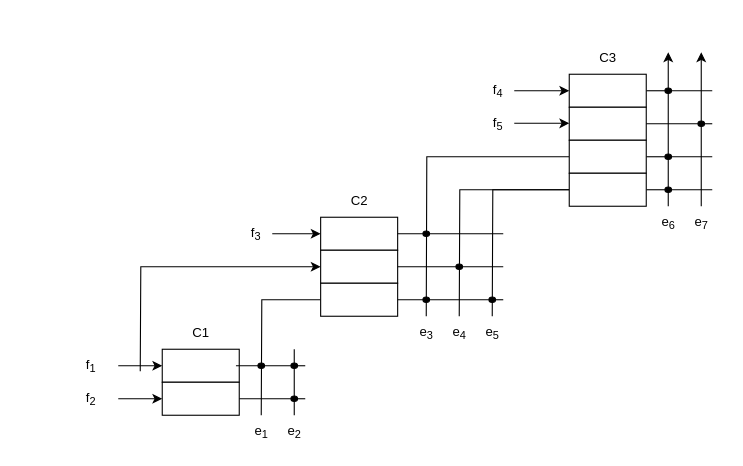
Before: page "fmea" (4 of 4) of Diagrams/fta_entire_plane.drawio in bwolleswinkel/drawio, a draw.io diagram. Source tidied: cells renumbered, new cells numbered last; positions are measured from the earlier drawing's top-left corner, leaving out a move shared by most shapes. Both pictures are drawn from the tidied source at 110%, with x=0, y=0 at pixel (74, 41).
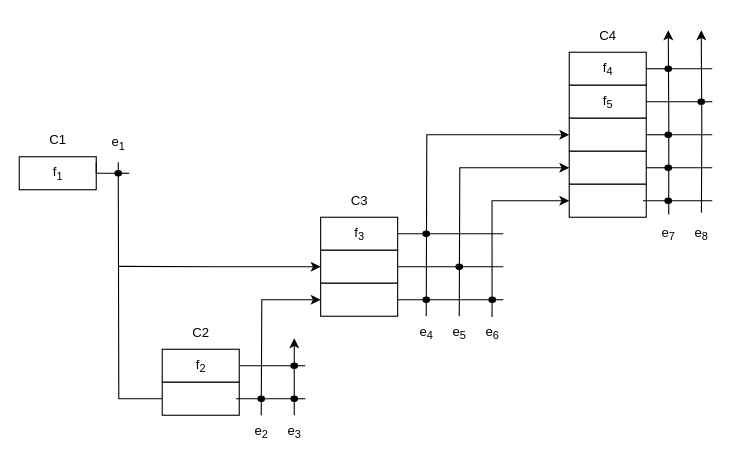
The same diagram, later.

Unchanged cells that the change refers to:
```xml
<mxCell id="4" style="rounded=0;whiteSpace=wrap;html=1;" parent="1" vertex="1">
  <mxGeometry x="80" y="280" width="70" height="30" as="geometry" />
</mxCell>
<mxCell id="8" style="rounded=0;whiteSpace=wrap;html=1;" parent="1" vertex="1">
  <mxGeometry x="80" y="310" width="70" height="30" as="geometry" />
</mxCell>
<mxCell id="14" style="rounded=0;whiteSpace=wrap;html=1;" parent="1" vertex="1">
  <mxGeometry x="224" y="160" width="70" height="30" as="geometry" />
</mxCell>
<mxCell id="17" style="rounded=0;whiteSpace=wrap;html=1;" parent="1" vertex="1">
  <mxGeometry x="224" y="190" width="70" height="30" as="geometry" />
</mxCell>
<mxCell id="22" style="rounded=0;whiteSpace=wrap;html=1;" parent="1" vertex="1">
  <mxGeometry x="224" y="220" width="70" height="30" as="geometry" />
</mxCell>
<mxCell id="28" style="ellipse;whiteSpace=wrap;html=1;fillColor=#000000;" parent="1" vertex="1">
  <mxGeometry x="197" y="292.5" width="6" height="5" as="geometry" />
</mxCell>
<mxCell id="30" style="ellipse;whiteSpace=wrap;html=1;fillColor=#000000;" parent="1" vertex="1">
  <mxGeometry x="197" y="322.5" width="6" height="5" as="geometry" />
</mxCell>
```

Change to the diagram source:
```diff
@@
-    <mxCell id="2" style="edgeStyle=orthogonalEdgeStyle;rounded=0;jettySize=auto;html=1;exitX=0;exitY=0.5;exitDx=0;exitDy=0;startArrow=classic;startFill=1;endArrow=none;endFill=0;" parent="1" edge="1" source="4">
-      <mxGeometry relative="1" as="geometry">
-        <mxPoint x="40" y="295" as="targetPoint" />
-      </mxGeometry>
-    </mxCell>
@@
-    <mxCell id="5" value="C1" style="text;html=1;align=center;verticalAlign=middle;strokeColor=none;fillColor=none;" parent="1" vertex="1">
+    <mxCell id="5" value="C2" style="text;html=1;align=center;verticalAlign=middle;strokeColor=none;fillColor=none;" parent="1" vertex="1">
       <mxGeometry x="95" y="250" width="40" height="30" as="geometry" />
     </mxCell>
-    <mxCell id="6" style="edgeStyle=orthogonalEdgeStyle;rounded=0;jettySize=auto;html=1;exitX=0;exitY=0.5;exitDx=0;exitDy=0;startArrow=classic;startFill=1;endArrow=none;endFill=0;" parent="1" edge="1" source="8">
-      <mxGeometry relative="1" as="geometry">
-        <mxPoint x="40" y="325" as="targetPoint" />
-      </mxGeometry>
-    </mxCell>
@@
+    <mxCell id="70" style="edgeStyle=orthogonalEdgeStyle;rounded=0;jettySize=auto;html=1;exitX=0;exitY=0.5;exitDx=0;exitDy=0;endArrow=none;endFill=0;" parent="1" edge="1" source="8">
+      <mxGeometry relative="1" as="geometry">
+        <mxPoint x="40" y="110" as="targetPoint" />
+      </mxGeometry>
+    </mxCell>
@@
-    <mxCell id="9" value="f&lt;sub&gt;1&lt;/sub&gt;" style="text;html=1;align=center;verticalAlign=middle;strokeColor=none;fillColor=none;" parent="1" vertex="1">
-      <mxGeometry y="280" width="30" height="30" as="geometry" />
-    </mxCell>
     <mxCell id="10" value="f&lt;sub&gt;2&lt;/sub&gt;" style="text;html=1;align=center;verticalAlign=middle;strokeColor=none;fillColor=none;" parent="1" vertex="1">
-      <mxGeometry y="310" width="30" height="30" as="geometry" />
+      <mxGeometry x="100" y="280" width="30" height="30" as="geometry" />
     </mxCell>
-    <mxCell id="11" style="edgeStyle=orthogonalEdgeStyle;rounded=0;jettySize=auto;html=1;exitX=0;exitY=0.5;exitDx=0;exitDy=0;startArrow=classic;startFill=1;endArrow=none;endFill=0;" parent="1" edge="1" source="17">
-      <mxGeometry relative="1" as="geometry">
-        <mxPoint x="60" y="300" as="targetPoint" />
-      </mxGeometry>
-    </mxCell>
-    <mxCell id="12" style="edgeStyle=orthogonalEdgeStyle;rounded=0;jettySize=auto;html=1;exitX=0;exitY=0.5;exitDx=0;exitDy=0;startArrow=classic;startFill=1;endArrow=none;endFill=0;" parent="1" edge="1" source="14">
-      <mxGeometry relative="1" as="geometry">
-        <mxPoint x="180" y="175" as="targetPoint" />
-      </mxGeometry>
-    </mxCell>
@@
-    <mxCell id="15" value="C2" style="text;html=1;align=center;verticalAlign=middle;strokeColor=none;fillColor=none;" parent="1" vertex="1">
+    <mxCell id="15" value="C3" style="text;html=1;align=center;verticalAlign=middle;strokeColor=none;fillColor=none;" parent="1" vertex="1">
       <mxGeometry x="239" y="130" width="40" height="30" as="geometry" />
     </mxCell>
@@
+    <mxCell id="71" style="edgeStyle=orthogonalEdgeStyle;rounded=0;jettySize=auto;html=1;exitX=0;exitY=0.5;exitDx=0;exitDy=0;endArrow=none;endFill=0;startArrow=classic;startFill=1;" parent="1" edge="1" source="17">
+      <mxGeometry relative="1" as="geometry">
+        <mxPoint x="40" y="204.7" as="targetPoint" />
+      </mxGeometry>
+    </mxCell>
@@
     <mxCell id="18" value="f&lt;sub&gt;3&lt;/sub&gt;" style="text;html=1;align=center;verticalAlign=middle;strokeColor=none;fillColor=none;" parent="1" vertex="1">
-      <mxGeometry x="150" y="160" width="30" height="30" as="geometry" />
+      <mxGeometry x="244" y="160" width="30" height="30" as="geometry" />
     </mxCell>
-    <mxCell id="19" style="edgeStyle=orthogonalEdgeStyle;rounded=0;jettySize=auto;html=1;exitX=0;exitY=0.5;exitDx=0;exitDy=0;startArrow=none;startFill=0;endArrow=none;endFill=0;" parent="1" edge="1" source="22">
+    <mxCell id="19" style="edgeStyle=orthogonalEdgeStyle;rounded=0;jettySize=auto;html=1;exitX=0;exitY=0.5;exitDx=0;exitDy=0;startArrow=classic;startFill=1;endArrow=none;endFill=0;" parent="1" edge="1" source="22">
       <mxGeometry relative="1" as="geometry">
         <mxPoint x="170" y="340" as="targetPoint" />
       </mxGeometry>
     </mxCell>
-    <mxCell id="20" style="edgeStyle=orthogonalEdgeStyle;rounded=0;orthogonalLoop=1;jettySize=auto;html=1;startArrow=none;startFill=0;endArrow=none;endFill=0;" parent="1" edge="1">
+    <mxCell id="20" style="edgeStyle=orthogonalEdgeStyle;rounded=0;orthogonalLoop=1;jettySize=auto;html=1;startArrow=classic;startFill=1;endArrow=none;endFill=0;" parent="1" edge="1">
       <mxGeometry relative="1" as="geometry">
-        <mxPoint x="200" y="280" as="sourcePoint" />
+        <mxPoint x="200" y="270" as="sourcePoint" />
         <mxPoint x="200" y="340" as="targetPoint" />
       </mxGeometry>
     </mxCell>
@@
-    <mxCell id="23" value="e&lt;sub&gt;1&lt;/sub&gt;" style="text;html=1;align=center;verticalAlign=middle;strokeColor=none;fillColor=none;" parent="1" vertex="1">
+    <mxCell id="23" value="e&lt;sub&gt;2&lt;/sub&gt;" style="text;html=1;align=center;verticalAlign=middle;strokeColor=none;fillColor=none;" parent="1" vertex="1">
       <mxGeometry x="150" y="340" width="40" height="30" as="geometry" />
     </mxCell>
-    <mxCell id="24" value="e&lt;sub&gt;2&lt;/sub&gt;" style="text;html=1;align=center;verticalAlign=middle;strokeColor=none;fillColor=none;" parent="1" vertex="1">
+    <mxCell id="24" value="e&lt;sub&gt;3&lt;/sub&gt;" style="text;html=1;align=center;verticalAlign=middle;strokeColor=none;fillColor=none;" parent="1" vertex="1">
       <mxGeometry x="180" y="340" width="40" height="30" as="geometry" />
     </mxCell>
-    <mxCell id="25" style="edgeStyle=orthogonalEdgeStyle;rounded=0;jettySize=auto;html=1;exitX=1;exitY=0.5;exitDx=0;exitDy=0;endArrow=none;endFill=0;" parent="1" edge="1" source="4" target="26">
+    <mxCell id="25" style="edgeStyle=orthogonalEdgeStyle;rounded=0;jettySize=auto;html=1;exitX=1;exitY=0.5;exitDx=0;exitDy=0;endArrow=none;endFill=0;entryX=0;entryY=0.5;entryDx=0;entryDy=0;" parent="1" edge="1" source="4" target="28">
       <mxGeometry relative="1" as="geometry" />
     </mxCell>
-    <mxCell id="26" style="ellipse;whiteSpace=wrap;html=1;fillColor=#000000;" parent="1" vertex="1">
-      <mxGeometry x="167" y="292.5" width="6" height="5" as="geometry" />
-    </mxCell>
-    <mxCell id="27" style="edgeStyle=orthogonalEdgeStyle;rounded=0;jettySize=auto;html=1;exitX=1;exitY=0.5;exitDx=0;exitDy=0;endArrow=none;endFill=0;" parent="1" edge="1" source="26" target="28">
-      <mxGeometry relative="1" as="geometry" />
-    </mxCell>
@@
-    <mxCell id="29" style="edgeStyle=orthogonalEdgeStyle;rounded=0;jettySize=auto;html=1;exitX=1;exitY=0.5;exitDx=0;exitDy=0;endArrow=none;endFill=0;" parent="1" edge="1" source="8" target="30">
+    <mxCell id="29" style="edgeStyle=orthogonalEdgeStyle;rounded=0;jettySize=auto;html=1;exitX=1;exitY=0.5;exitDx=0;exitDy=0;endArrow=none;endFill=0;" parent="1" edge="1" source="79" target="30">
       <mxGeometry relative="1" as="geometry" />
     </mxCell>
@@
-    <mxCell id="31" style="edgeStyle=orthogonalEdgeStyle;rounded=0;jettySize=auto;html=1;exitX=0;exitY=0.5;exitDx=0;exitDy=0;endArrow=none;endFill=0;startArrow=classic;startFill=1;" parent="1" edge="1" source="34">
-      <mxGeometry relative="1" as="geometry">
-        <mxPoint x="400" y="45" as="targetPoint" />
-      </mxGeometry>
-    </mxCell>
     <mxCell id="32" style="edgeStyle=orthogonalEdgeStyle;rounded=0;jettySize=auto;html=1;exitX=1;exitY=0.5;exitDx=0;exitDy=0;endArrow=none;endFill=0;" parent="1" edge="1" source="65">
       <mxGeometry relative="1" as="geometry">
-        <mxPoint x="580" y="45" as="targetPoint" />
+        <mxPoint x="580" y="25" as="targetPoint" />
       </mxGeometry>
     </mxCell>
@@
     <mxCell id="34" style="rounded=0;whiteSpace=wrap;html=1;" parent="1" vertex="1">
-      <mxGeometry x="450" y="30" width="70" height="30" as="geometry" />
+      <mxGeometry x="450" y="10" width="70" height="30" as="geometry" />
     </mxCell>
-    <mxCell id="35" value="C3" style="text;html=1;align=center;verticalAlign=middle;strokeColor=none;fillColor=none;" parent="1" vertex="1">
-      <mxGeometry x="465" width="40" height="30" as="geometry" />
+    <mxCell id="35" value="C4" style="text;html=1;align=center;verticalAlign=middle;strokeColor=none;fillColor=none;" parent="1" vertex="1">
+      <mxGeometry x="465" y="-20" width="40" height="30" as="geometry" />
     </mxCell>
     <mxCell id="36" style="edgeStyle=orthogonalEdgeStyle;rounded=0;jettySize=auto;html=1;exitX=1;exitY=0.5;exitDx=0;exitDy=0;endArrow=none;endFill=0;" parent="1" edge="1" source="69">
       <mxGeometry relative="1" as="geometry">
-        <mxPoint x="580" y="75" as="targetPoint" />
+        <mxPoint x="580" y="55" as="targetPoint" />
       </mxGeometry>
     </mxCell>
     <mxCell id="37" style="rounded=0;whiteSpace=wrap;html=1;" parent="1" vertex="1">
-      <mxGeometry x="450" y="60" width="70" height="30" as="geometry" />
+      <mxGeometry x="450" y="40" width="70" height="30" as="geometry" />
     </mxCell>
-    <mxCell id="38" style="edgeStyle=orthogonalEdgeStyle;rounded=0;jettySize=auto;html=1;exitX=0;exitY=0.5;exitDx=0;exitDy=0;startArrow=none;startFill=0;endArrow=none;endFill=0;" parent="1" edge="1" source="41">
+    <mxCell id="38" style="edgeStyle=orthogonalEdgeStyle;rounded=0;jettySize=auto;html=1;exitX=0;exitY=0.5;exitDx=0;exitDy=0;startArrow=classic;startFill=1;endArrow=none;endFill=0;" parent="1" edge="1" source="41">
       <mxGeometry relative="1" as="geometry">
         <mxPoint x="320" y="250" as="targetPoint" />
       </mxGeometry>
     </mxCell>
     <mxCell id="39" style="edgeStyle=orthogonalEdgeStyle;rounded=0;jettySize=auto;html=1;exitX=1;exitY=0.5;exitDx=0;exitDy=0;endArrow=none;endFill=0;" parent="1" edge="1" source="66">
       <mxGeometry relative="1" as="geometry">
-        <mxPoint x="580" y="105" as="targetPoint" />
+        <mxPoint x="580" y="85" as="targetPoint" />
       </mxGeometry>
     </mxCell>
@@
     <mxCell id="41" style="rounded=0;whiteSpace=wrap;html=1;" parent="1" vertex="1">
-      <mxGeometry x="450" y="90" width="70" height="30" as="geometry" />
+      <mxGeometry x="450" y="70" width="70" height="30" as="geometry" />
     </mxCell>
     <mxCell id="42" value="f&lt;sub&gt;4&lt;/sub&gt;" style="text;html=1;align=center;verticalAlign=middle;strokeColor=none;fillColor=none;" parent="1" vertex="1">
-      <mxGeometry x="370" y="30" width="30" height="30" as="geometry" />
+      <mxGeometry x="470" y="10" width="30" height="30" as="geometry" />
     </mxCell>
-    <mxCell id="43" style="edgeStyle=orthogonalEdgeStyle;rounded=0;jettySize=auto;html=1;exitX=0;exitY=0.5;exitDx=0;exitDy=0;endArrow=none;endFill=0;" parent="1" edge="1" source="47">
+    <mxCell id="43" style="edgeStyle=orthogonalEdgeStyle;rounded=0;jettySize=auto;html=1;exitX=0;exitY=0.5;exitDx=0;exitDy=0;endArrow=none;endFill=0;startArrow=classic;startFill=1;" parent="1" edge="1" source="47">
       <mxGeometry relative="1" as="geometry">
         <mxPoint x="350" y="250" as="targetPoint" />
       </mxGeometry>
     </mxCell>
-    <mxCell id="44" style="edgeStyle=orthogonalEdgeStyle;rounded=0;jettySize=auto;html=1;exitX=0;exitY=0.5;exitDx=0;exitDy=0;endArrow=none;endFill=0;" parent="1" edge="1" source="47">
-      <mxGeometry relative="1" as="geometry">
-        <mxPoint x="380" y="250" as="targetPoint" />
-      </mxGeometry>
-    </mxCell>
     <mxCell id="45" style="edgeStyle=orthogonalEdgeStyle;rounded=0;jettySize=auto;html=1;exitX=1;exitY=0.5;exitDx=0;exitDy=0;endArrow=none;endFill=0;" parent="1" edge="1" source="67">
       <mxGeometry relative="1" as="geometry">
-        <mxPoint x="580" y="135" as="targetPoint" />
+        <mxPoint x="580" y="115" as="targetPoint" />
       </mxGeometry>
     </mxCell>
@@
     <mxCell id="47" style="rounded=0;whiteSpace=wrap;html=1;" parent="1" vertex="1">
-      <mxGeometry x="450" y="120" width="70" height="30" as="geometry" />
+      <mxGeometry x="450" y="100" width="70" height="30" as="geometry" />
     </mxCell>
-    <mxCell id="48" style="edgeStyle=orthogonalEdgeStyle;rounded=0;orthogonalLoop=1;jettySize=auto;html=1;exitX=0;exitY=0.5;exitDx=0;exitDy=0;endArrow=none;endFill=0;startArrow=classic;startFill=1;" parent="1" edge="1">
-      <mxGeometry relative="1" as="geometry">
-        <mxPoint x="450" y="74.6" as="sourcePoint" />
-        <mxPoint x="400" y="74.6" as="targetPoint" />
-      </mxGeometry>
-    </mxCell>
     <mxCell id="49" value="f&lt;sub&gt;5&lt;/sub&gt;" style="text;html=1;align=center;verticalAlign=middle;strokeColor=none;fillColor=none;" parent="1" vertex="1">
-      <mxGeometry x="370" y="60" width="30" height="30" as="geometry" />
+      <mxGeometry x="470" y="40" width="30" height="30" as="geometry" />
     </mxCell>
-    <mxCell id="50" value="e&lt;sub&gt;3&lt;/sub&gt;" style="text;html=1;align=center;verticalAlign=middle;strokeColor=none;fillColor=none;" parent="1" vertex="1">
+    <mxCell id="50" value="e&lt;sub&gt;4&lt;/sub&gt;" style="text;html=1;align=center;verticalAlign=middle;strokeColor=none;fillColor=none;" parent="1" vertex="1">
       <mxGeometry x="300" y="250" width="40" height="30" as="geometry" />
     </mxCell>
-    <mxCell id="51" value="e&lt;sub&gt;4&lt;/sub&gt;" style="text;html=1;align=center;verticalAlign=middle;strokeColor=none;fillColor=none;" parent="1" vertex="1">
+    <mxCell id="51" value="e&lt;sub&gt;5&lt;/sub&gt;" style="text;html=1;align=center;verticalAlign=middle;strokeColor=none;fillColor=none;" parent="1" vertex="1">
       <mxGeometry x="330" y="250" width="40" height="30" as="geometry" />
     </mxCell>
-    <mxCell id="52" value="e&lt;sub&gt;5&lt;/sub&gt;" style="text;html=1;align=center;verticalAlign=middle;points=[];strokeColor=none;fillColor=none;" parent="1" vertex="1">
+    <mxCell id="52" value="e&lt;sub&gt;6&lt;/sub&gt;" style="text;html=1;align=center;verticalAlign=middle;points=[];strokeColor=none;fillColor=none;" parent="1" vertex="1">
       <mxGeometry x="360" y="250" width="40" height="30" as="geometry" />
     </mxCell>
@@
-    <mxCell id="61" style="edgeStyle=orthogonalEdgeStyle;rounded=0;orthogonalLoop=1;jettySize=auto;html=1;endArrow=none;endFill=0;startArrow=classic;startFill=1;" parent="1" edge="1">
+    <mxCell id="61" style="edgeStyle=orthogonalEdgeStyle;rounded=0;jettySize=auto;html=1;endArrow=none;endFill=0;startArrow=classic;startFill=1;entryX=0.511;entryY=-0.081;entryDx=0;entryDy=0;entryPerimeter=0;" parent="1" edge="1" target="63">
       <mxGeometry relative="1" as="geometry">
-        <mxPoint x="540" y="10" as="sourcePoint" />
-        <mxPoint x="540" y="150" as="targetPoint" />
+        <mxPoint x="540" y="-10" as="sourcePoint" />
       </mxGeometry>
     </mxCell>
-    <mxCell id="62" style="edgeStyle=orthogonalEdgeStyle;rounded=0;orthogonalLoop=1;jettySize=auto;html=1;endArrow=none;endFill=0;startArrow=classic;startFill=1;" parent="1" edge="1">
+    <mxCell id="62" style="edgeStyle=orthogonalEdgeStyle;rounded=0;jettySize=auto;html=1;endArrow=none;endFill=0;startArrow=classic;startFill=1;entryX=0.504;entryY=-0.138;entryDx=0;entryDy=0;entryPerimeter=0;" parent="1" edge="1" target="64">
       <mxGeometry relative="1" as="geometry">
-        <mxPoint x="570" y="10" as="sourcePoint" />
-        <mxPoint x="570" y="150" as="targetPoint" />
-        <Array as="points">
-          <mxPoint x="570" y="10" />
-        </Array>
+        <mxPoint x="570" y="-10" as="sourcePoint" />
       </mxGeometry>
     </mxCell>
-    <mxCell id="63" value="e&lt;sub&gt;6&lt;/sub&gt;" style="text;html=1;align=center;verticalAlign=middle;points=[];strokeColor=none;fillColor=none;" parent="1" vertex="1">
-      <mxGeometry x="520" y="150" width="40" height="30" as="geometry" />
+    <mxCell id="63" value="e&lt;sub&gt;7&lt;/sub&gt;" style="text;html=1;align=center;verticalAlign=middle;points=[];strokeColor=none;fillColor=none;" parent="1" vertex="1">
+      <mxGeometry x="520" y="160" width="40" height="30" as="geometry" />
     </mxCell>
-    <mxCell id="64" value="e&lt;sub&gt;7&lt;/sub&gt;" style="text;html=1;align=center;verticalAlign=middle;points=[];strokeColor=none;fillColor=none;" parent="1" vertex="1">
-      <mxGeometry x="550" y="150" width="40" height="30" as="geometry" />
+    <mxCell id="64" value="e&lt;sub&gt;8&lt;/sub&gt;" style="text;html=1;align=center;verticalAlign=middle;points=[];strokeColor=none;fillColor=none;" parent="1" vertex="1">
+      <mxGeometry x="550" y="160" width="40" height="30" as="geometry" />
     </mxCell>
     <mxCell id="65" style="ellipse;whiteSpace=wrap;html=1;fillColor=#000000;" parent="1" vertex="1">
-      <mxGeometry x="537" y="42.5" width="6" height="5" as="geometry" />
+      <mxGeometry x="537" y="22.5" width="6" height="5" as="geometry" />
     </mxCell>
     <mxCell id="66" style="ellipse;whiteSpace=wrap;html=1;fillColor=#000000;" parent="1" vertex="1">
-      <mxGeometry x="537" y="102.5" width="6" height="5" as="geometry" />
+      <mxGeometry x="537" y="82.5" width="6" height="5" as="geometry" />
     </mxCell>
     <mxCell id="67" style="ellipse;whiteSpace=wrap;html=1;fillColor=#000000;" parent="1" vertex="1">
-      <mxGeometry x="537" y="132.5" width="6" height="5" as="geometry" />
+      <mxGeometry x="537" y="112.5" width="6" height="5" as="geometry" />
     </mxCell>
@@
     <mxCell id="69" style="ellipse;whiteSpace=wrap;html=1;fillColor=#000000;" parent="1" vertex="1">
-      <mxGeometry x="567" y="72.5" width="6" height="5" as="geometry" />
+      <mxGeometry x="567" y="52.5" width="6" height="5" as="geometry" />
     </mxCell>
+    <mxCell id="72" style="edgeStyle=orthogonalEdgeStyle;rounded=0;jettySize=auto;html=1;exitX=1;exitY=0.5;exitDx=0;exitDy=0;endArrow=none;endFill=0;" parent="1" edge="1" source="77">
+      <mxGeometry relative="1" as="geometry">
+        <mxPoint x="50" y="120" as="targetPoint" />
+      </mxGeometry>
+    </mxCell>
+    <mxCell id="73" style="rounded=0;whiteSpace=wrap;html=1;" parent="1" vertex="1">
+      <mxGeometry x="-50" y="105" width="70" height="30" as="geometry" />
+    </mxCell>
+    <mxCell id="74" value="C1" style="text;html=1;align=center;verticalAlign=middle;strokeColor=none;fillColor=none;" parent="1" vertex="1">
+      <mxGeometry x="-35" y="75" width="40" height="30" as="geometry" />
+    </mxCell>
+    <mxCell id="75" value="e&lt;sub&gt;1&lt;/sub&gt;" style="text;html=1;align=center;verticalAlign=middle;strokeColor=none;fillColor=none;" parent="1" vertex="1">
+      <mxGeometry x="20" y="77.5" width="40" height="30" as="geometry" />
+    </mxCell>
+    <mxCell id="76" style="edgeStyle=orthogonalEdgeStyle;rounded=0;jettySize=auto;html=1;endArrow=none;endFill=0;exitX=1;exitY=0.167;exitDx=0;exitDy=0;exitPerimeter=0;" parent="1" edge="1" source="73" target="77">
+      <mxGeometry relative="1" as="geometry">
+        <Array as="points">
+          <mxPoint x="20" y="120" />
+        </Array>
+      </mxGeometry>
+    </mxCell>
+    <mxCell id="77" style="ellipse;whiteSpace=wrap;html=1;fillColor=#000000;" parent="1" vertex="1">
+      <mxGeometry x="37" y="117.5" width="6" height="5" as="geometry" />
+    </mxCell>
+    <mxCell id="9" value="f&lt;sub&gt;1&lt;/sub&gt;" style="text;html=1;align=center;verticalAlign=middle;strokeColor=none;fillColor=none;" parent="1" vertex="1">
+      <mxGeometry x="-30" y="105" width="30" height="30" as="geometry" />
+    </mxCell>
+    <mxCell id="78" style="edgeStyle=orthogonalEdgeStyle;rounded=0;jettySize=auto;html=1;exitX=1;exitY=0.5;exitDx=0;exitDy=0;endArrow=none;endFill=0;" parent="1" edge="1" source="8" target="79">
+      <mxGeometry relative="1" as="geometry" />
+    </mxCell>
+    <mxCell id="79" style="ellipse;whiteSpace=wrap;html=1;fillColor=#000000;" parent="1" vertex="1">
+      <mxGeometry x="167" y="322.5" width="6" height="5" as="geometry" />
+    </mxCell>
+    <mxCell id="80" style="edgeStyle=orthogonalEdgeStyle;rounded=0;jettySize=auto;html=1;exitX=1;exitY=0.5;exitDx=0;exitDy=0;endArrow=none;endFill=0;" parent="1" edge="1" source="83">
+      <mxGeometry relative="1" as="geometry">
+        <mxPoint x="580" y="145" as="targetPoint" />
+      </mxGeometry>
+    </mxCell>
+    <mxCell id="81" style="rounded=0;whiteSpace=wrap;html=1;" parent="1" vertex="1">
+      <mxGeometry x="450" y="130" width="70" height="30" as="geometry" />
+    </mxCell>
+    <mxCell id="82" style="edgeStyle=orthogonalEdgeStyle;rounded=0;jettySize=auto;html=1;exitX=1;exitY=0.5;exitDx=0;exitDy=0;endArrow=none;endFill=0;" parent="1" edge="1" source="81" target="83">
+      <mxGeometry relative="1" as="geometry" />
+    </mxCell>
+    <mxCell id="83" style="ellipse;whiteSpace=wrap;html=1;fillColor=#000000;" parent="1" vertex="1">
+      <mxGeometry x="537" y="142.5" width="6" height="5" as="geometry" />
+    </mxCell>
+    <mxCell id="84" style="edgeStyle=orthogonalEdgeStyle;rounded=0;jettySize=auto;html=1;exitX=0;exitY=0.5;exitDx=0;exitDy=0;entryX=0.496;entryY=0.024;entryDx=0;entryDy=0;entryPerimeter=0;endArrow=none;endFill=0;startArrow=classic;startFill=1;" parent="1" edge="1" source="81" target="52">
+      <mxGeometry relative="1" as="geometry" />
+    </mxCell>
```
